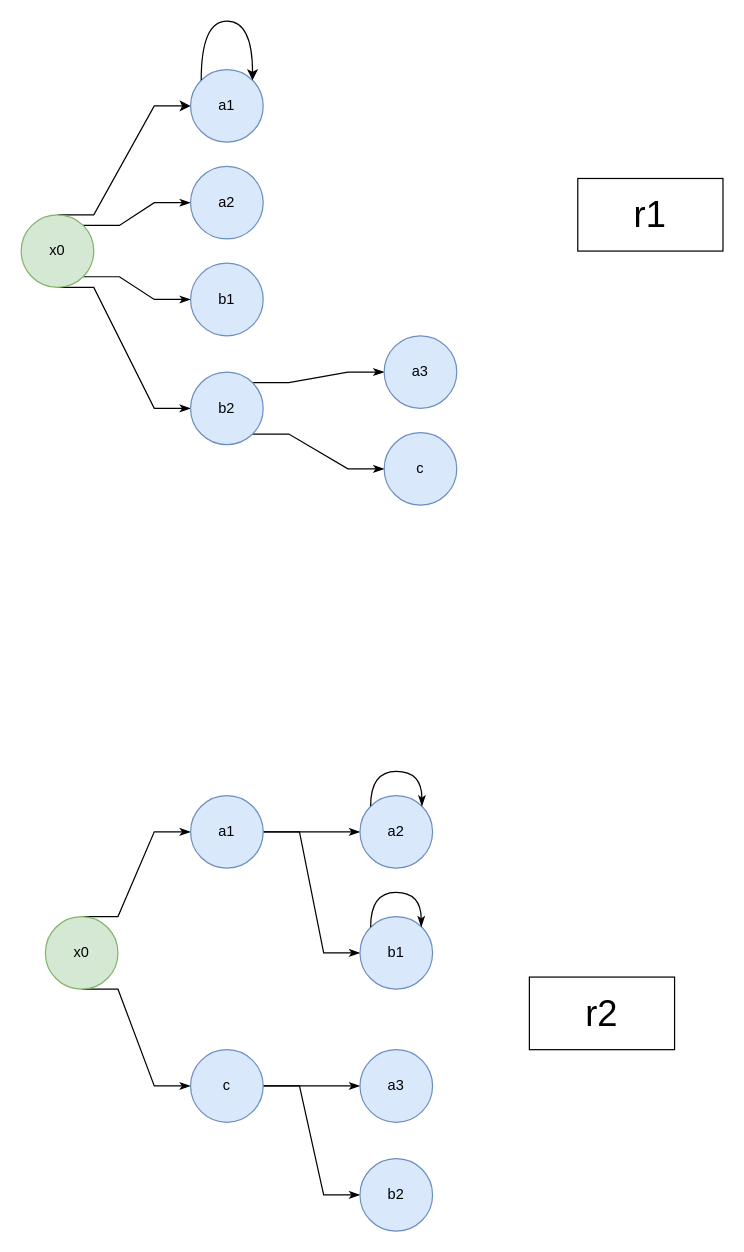
Above: page "Page-2" (2 of 3) of HMIN103/td/td2/exo2.drawio in DocAmaroo/M1Aigle (draw.io), before the change. Source tidied: cells renumbered, new cells numbered last; positions are measured from the earlier drawing's top-left corner, leaving out a move shared by most shapes. Both pictures are drawn from the tidied source at 121%, with x=0, y=0 at pixel (21, 21).
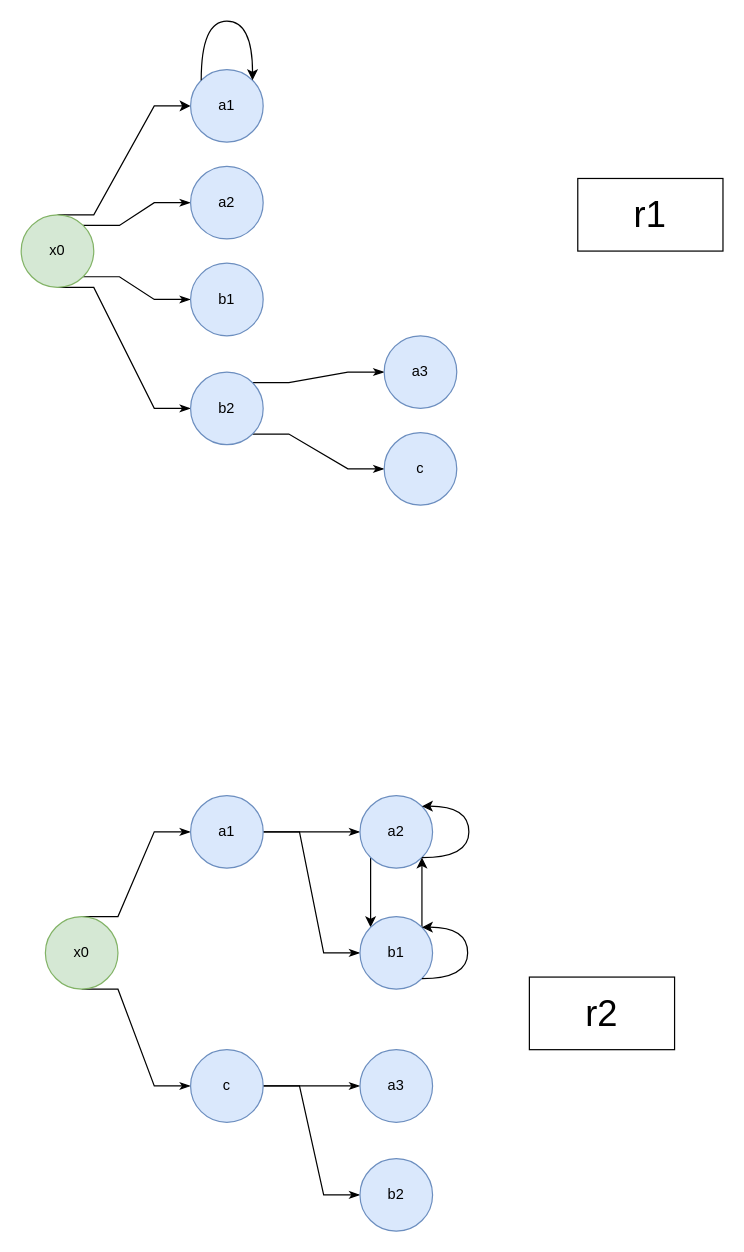
After the change.

The change refers to these unchanged cells:
```xml
<mxCell id="27" value="a2" style="ellipse;whiteSpace=wrap;html=1;fillColor=#dae8fc;strokeColor=#6c8ebf;" parent="1" vertex="1">
  <mxGeometry x="280" y="640" width="60" height="60" as="geometry" />
</mxCell>
<mxCell id="28" value="b1" style="ellipse;whiteSpace=wrap;html=1;fillColor=#dae8fc;strokeColor=#6c8ebf;" parent="1" vertex="1">
  <mxGeometry x="280" y="740" width="60" height="60" as="geometry" />
</mxCell>
```

What changed in the source:
```diff
@@
+    <mxCell id="33" style="edgeStyle=orthogonalEdgeStyle;curved=1;rounded=0;jettySize=auto;html=1;exitX=0;exitY=1;exitDx=0;exitDy=0;entryX=0;entryY=0;entryDx=0;entryDy=0;" parent="1" edge="1" source="27" target="28">
+      <mxGeometry relative="1" as="geometry">
+        <Array as="points">
+          <mxPoint x="289" y="720" />
+          <mxPoint x="289" y="720" />
+        </Array>
+      </mxGeometry>
+    </mxCell>
@@
+    <mxCell id="34" style="edgeStyle=orthogonalEdgeStyle;curved=1;rounded=0;jettySize=auto;html=1;exitX=1;exitY=0;exitDx=0;exitDy=0;entryX=1;entryY=1;entryDx=0;entryDy=0;" parent="1" edge="1" source="28" target="27">
+      <mxGeometry relative="1" as="geometry">
+        <Array as="points">
+          <mxPoint x="331" y="720" />
+          <mxPoint x="331" y="720" />
+        </Array>
+      </mxGeometry>
+    </mxCell>
@@
-    <mxCell id="31" style="edgeStyle=orthogonalEdgeStyle;rounded=0;orthogonalLoop=1;jettySize=auto;html=1;exitX=0;exitY=0;exitDx=0;exitDy=0;entryX=1;entryY=0;entryDx=0;entryDy=0;startArrow=none;startFill=0;endArrow=classicThin;endFill=1;curved=1;" parent="1" edge="1" source="27" target="27">
+    <mxCell id="31" style="edgeStyle=orthogonalEdgeStyle;rounded=0;orthogonalLoop=1;jettySize=auto;html=1;exitX=1;exitY=1;exitDx=0;exitDy=0;entryX=1;entryY=0;entryDx=0;entryDy=0;curved=1;" parent="1" edge="1" source="27" target="27">
       <mxGeometry relative="1" as="geometry">
         <Array as="points">
-          <mxPoint x="289" y="620" />
-          <mxPoint x="331" y="620" />
+          <mxPoint x="370" y="691" />
+          <mxPoint x="370" y="649" />
         </Array>
       </mxGeometry>
     </mxCell>
-    <mxCell id="32" style="edgeStyle=orthogonalEdgeStyle;curved=1;rounded=0;orthogonalLoop=1;jettySize=auto;html=1;exitX=0;exitY=0;exitDx=0;exitDy=0;startArrow=none;startFill=0;endArrow=classicThin;endFill=1;entryX=0.844;entryY=0.144;entryDx=0;entryDy=0;entryPerimeter=0;" parent="1" edge="1" source="28" target="28">
+    <mxCell id="32" style="edgeStyle=orthogonalEdgeStyle;rounded=0;orthogonalLoop=1;jettySize=auto;html=1;exitX=1;exitY=1;exitDx=0;exitDy=0;curved=1;entryX=1;entryY=0;entryDx=0;entryDy=0;" parent="1" edge="1" source="28" target="28">
       <mxGeometry relative="1" as="geometry">
         <Array as="points">
-          <mxPoint x="289" y="720" />
-          <mxPoint x="331" y="720" />
+          <mxPoint x="369" y="791" />
+          <mxPoint x="369" y="749" />
         </Array>
       </mxGeometry>
     </mxCell>
```
